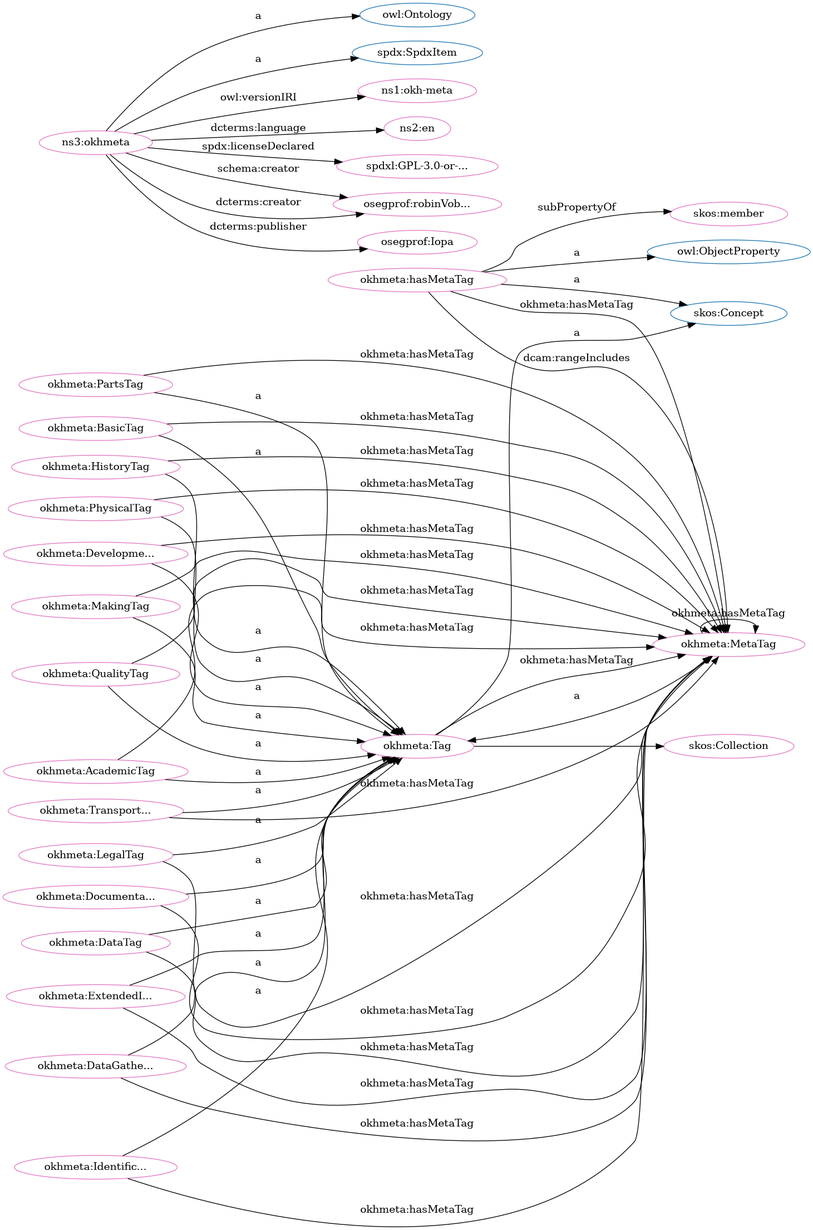
This is src/spec/dot_okh-meta.png from iop-alliance/OpenKnowHow, a Graphviz export, as it was before one commit. Its source is kept beside it as src/spec/dot_okh-meta.dot.
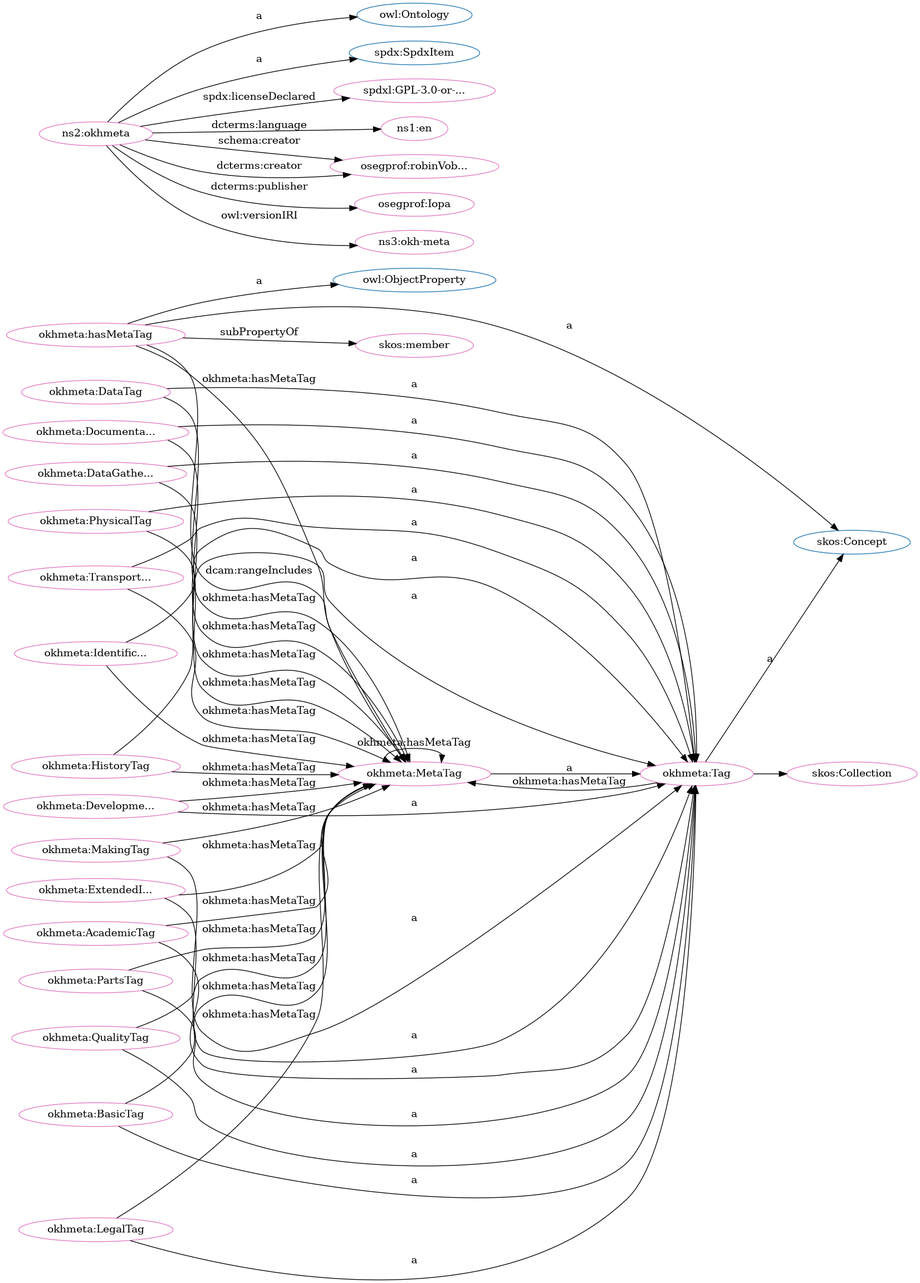
After the commit.

What changed in the source:
```diff
@@ -1,84 +1,84 @@
 digraph G {
   rankdir=BT
   node[height=.3]
+"http://www.w3.org/2002/07/owl#ObjectProperty" [fillcolor="#1f77b4" color="#1f77b4" label="owl:ObjectProperty"]
+"http://www.w3.org/2004/02/skos/core#Concept" [fillcolor="#1f77b4" color="#1f77b4" label="skos:Concept"]
 "http://www.w3.org/2004/02/skos/core#Collection" [fillcolor="#1f77b4" color="#1f77b4" label="skos:Collection"]
 "http://www.w3.org/2002/07/owl#Ontology" [fillcolor="#1f77b4" color="#1f77b4" label="owl:Ontology"]
+"http://w3id.org/oseg/ont/okhmeta#Tag" [fillcolor="#1f77b4" color="#1f77b4" label="okhmeta:Tag"]
 "http://spdx.org/rdf/terms#SpdxItem" [fillcolor="#1f77b4" color="#1f77b4" label="spdx:SpdxItem"]
-"http://www.w3.org/2002/07/owl#ObjectProperty" [fillcolor="#1f77b4" color="#1f77b4" label="owl:ObjectProperty"]
-"http://w3id.org/oseg/ont/okhmeta#Tag" [fillcolor="#1f77b4" color="#1f77b4" label="okhmeta:Tag"]
-"http://www.w3.org/2004/02/skos/core#Concept" [fillcolor="#1f77b4" color="#1f77b4" label="skos:Concept"]
+"http://spdx.org/licenses/GPL-3.0-or-later" [fillcolor="#e377c2" color="#e377c2" label="spdxl:GPL-3.0-or-..."]
 "http://w3id.org/oseg/ont/okhmeta#MetaTag" [fillcolor="#e377c2" color="#e377c2" label="okhmeta:MetaTag"]
 "http://w3id.org/oseg/ont/okhmeta#hasMetaTag" [fillcolor="#e377c2" color="#e377c2" label="okhmeta:hasMetaTag"]
-"http://w3id.org/oseg/ont/okhmeta#DocumentationTag" [fillcolor="#e377c2" color="#e377c2" label="okhmeta:Documenta..."]
-"http://w3id.org/oseg/ont/okhmeta#HistoryTag" [fillcolor="#e377c2" color="#e377c2" label="okhmeta:HistoryTag"]
-"http://www.w3.org/2004/02/skos/core#member" [fillcolor="#e377c2" color="#e377c2" label="skos:member"]
-"http://w3id.org/oseg/ont/okhmeta#PartsTag" [fillcolor="#e377c2" color="#e377c2" label="okhmeta:PartsTag"]
-"http://w3id.org/oseg/ont/1.1.0/okh-meta" [fillcolor="#e377c2" color="#e377c2" label="ns1:okh-meta"]
+"http://w3id.org/oseg/ont/okhmeta#PhysicalTag" [fillcolor="#e377c2" color="#e377c2" label="okhmeta:PhysicalTag"]
 "http://w3id.org/oseg/ont/okhmeta#LegalTag" [fillcolor="#e377c2" color="#e377c2" label="okhmeta:LegalTag"]
-"http://w3id.org/oseg/ont/okhmeta#MakingTag" [fillcolor="#e377c2" color="#e377c2" label="okhmeta:MakingTag"]
-"http://w3id.org/oseg/ont/okhmeta#BasicTag" [fillcolor="#e377c2" color="#e377c2" label="okhmeta:BasicTag"]
+"http://w3id.org/oseg/ont/okhmeta#TransportationTag" [fillcolor="#e377c2" color="#e377c2" label="okhmeta:Transport..."]
+"http://id.loc.gov/vocabulary/iso639-1/en" [fillcolor="#e377c2" color="#e377c2" label="ns1:en"]
 "http://w3id.org/oseg/ont/okhmeta#Tag" [fillcolor="#e377c2" color="#e377c2" label="okhmeta:Tag"]
-"http://id.loc.gov/vocabulary/iso639-1/en" [fillcolor="#e377c2" color="#e377c2" label="ns2:en"]
-"http://w3id.org/oseg/ont/okhmeta#DataGatheringTag" [fillcolor="#e377c2" color="#e377c2" label="okhmeta:DataGathe..."]
-"http://w3id.org/oseg/ont/okhmeta#TransportationTag" [fillcolor="#e377c2" color="#e377c2" label="okhmeta:Transport..."]
-"http://w3id.org/oseg/ont/okhmeta#IdentificationTag" [fillcolor="#e377c2" color="#e377c2" label="okhmeta:Identific..."]
-"http://w3id.org/oseg/ont/okhmeta#QualityTag" [fillcolor="#e377c2" color="#e377c2" label="okhmeta:QualityTag"]
-"http://w3id.org/oseg/ont/okhmeta" [fillcolor="#e377c2" color="#e377c2" label="ns3:okhmeta"]
-"http://spdx.org/licenses/GPL-3.0-or-later" [fillcolor="#e377c2" color="#e377c2" label="spdxl:GPL-3.0-or-..."]
-"http://w3id.org/oseg/ont/okhmeta#ExtendedInfoTag" [fillcolor="#e377c2" color="#e377c2" label="okhmeta:ExtendedI..."]
-"http://w3id.org/oseg/ont/oseg-profiles#robinVobruba" [fillcolor="#e377c2" color="#e377c2" label="osegprof:robinVob..."]
 "http://w3id.org/oseg/ont/okhmeta#AcademicTag" [fillcolor="#e377c2" color="#e377c2" label="okhmeta:AcademicTag"]
 "http://w3id.org/oseg/ont/okhmeta#DevelopmentTag" [fillcolor="#e377c2" color="#e377c2" label="okhmeta:Developme..."]
+"http://w3id.org/oseg/ont/oseg-profiles#robinVobruba" [fillcolor="#e377c2" color="#e377c2" label="osegprof:robinVob..."]
+"http://www.w3.org/2004/02/skos/core#Collection" [fillcolor="#e377c2" color="#e377c2" label="skos:Collection"]
+"http://w3id.org/oseg/ont/okhmeta#DocumentationTag" [fillcolor="#e377c2" color="#e377c2" label="okhmeta:Documenta..."]
+"http://www.w3.org/2004/02/skos/core#member" [fillcolor="#e377c2" color="#e377c2" label="skos:member"]
+"http://w3id.org/oseg/ont/okhmeta#HistoryTag" [fillcolor="#e377c2" color="#e377c2" label="okhmeta:HistoryTag"]
+"http://w3id.org/oseg/ont/okhmeta" [fillcolor="#e377c2" color="#e377c2" label="ns2:okhmeta"]
+"http://w3id.org/oseg/ont/okhmeta#DataGatheringTag" [fillcolor="#e377c2" color="#e377c2" label="okhmeta:DataGathe..."]
+"http://w3id.org/oseg/ont/okhmeta#BasicTag" [fillcolor="#e377c2" color="#e377c2" label="okhmeta:BasicTag"]
 "http://w3id.org/oseg/ont/oseg-profiles#Iopa" [fillcolor="#e377c2" color="#e377c2" label="osegprof:Iopa"]
+"http://w3id.org/oseg/ont/okhmeta#MakingTag" [fillcolor="#e377c2" color="#e377c2" label="okhmeta:MakingTag"]
 "http://w3id.org/oseg/ont/okhmeta#DataTag" [fillcolor="#e377c2" color="#e377c2" label="okhmeta:DataTag"]
-"http://www.w3.org/2004/02/skos/core#Collection" [fillcolor="#e377c2" color="#e377c2" label="skos:Collection"]
-"http://w3id.org/oseg/ont/okhmeta#PhysicalTag" [fillcolor="#e377c2" color="#e377c2" label="okhmeta:PhysicalTag"]
-  "http://w3id.org/oseg/ont/okhmeta#MetaTag" -> "http://w3id.org/oseg/ont/okhmeta#Tag" [label="a"]
+"http://w3id.org/oseg/ont/okhmeta#ExtendedInfoTag" [fillcolor="#e377c2" color="#e377c2" label="okhmeta:ExtendedI..."]
+"http://w3id.org/oseg/ont/okhmeta#PartsTag" [fillcolor="#e377c2" color="#e377c2" label="okhmeta:PartsTag"]
+"http://w3id.org/oseg/ont/1.1.0/okh-meta" [fillcolor="#e377c2" color="#e377c2" label="ns3:okh-meta"]
+"http://w3id.org/oseg/ont/okhmeta#QualityTag" [fillcolor="#e377c2" color="#e377c2" label="okhmeta:QualityTag"]
+"http://w3id.org/oseg/ont/okhmeta#IdentificationTag" [fillcolor="#e377c2" color="#e377c2" label="okhmeta:Identific..."]
+  "http://w3id.org/oseg/ont/okhmeta" -> "http://spdx.org/licenses/GPL-3.0-or-later" [label="spdx:licenseDeclared"]
+  "http://w3id.org/oseg/ont/okhmeta#BasicTag" -> "http://w3id.org/oseg/ont/okhmeta#MetaTag" [label="okhmeta:hasMetaTag"]
+  "http://w3id.org/oseg/ont/okhmeta#MakingTag" -> "http://w3id.org/oseg/ont/okhmeta#MetaTag" [label="okhmeta:hasMetaTag"]
+  "http://w3id.org/oseg/ont/okhmeta#DataTag" -> "http://w3id.org/oseg/ont/okhmeta#MetaTag" [label="okhmeta:hasMetaTag"]
+  "http://w3id.org/oseg/ont/okhmeta#TransportationTag" -> "http://w3id.org/oseg/ont/okhmeta#Tag" [label="a"]
+  "http://w3id.org/oseg/ont/okhmeta" -> "http://id.loc.gov/vocabulary/iso639-1/en" [label="dcterms:language"]
+  "http://w3id.org/oseg/ont/okhmeta#Tag" -> "http://www.w3.org/2004/02/skos/core#Concept" [label="a"]
   "http://w3id.org/oseg/ont/okhmeta#IdentificationTag" -> "http://w3id.org/oseg/ont/okhmeta#MetaTag" [label="okhmeta:hasMetaTag"]
+  "http://w3id.org/oseg/ont/okhmeta#AcademicTag" -> "http://w3id.org/oseg/ont/okhmeta#Tag" [label="a"]
+  "http://w3id.org/oseg/ont/okhmeta" -> "http://w3id.org/oseg/ont/oseg-profiles#robinVobruba" [label="schema:creator"]
+  "http://w3id.org/oseg/ont/okhmeta#DocumentationTag" -> "http://w3id.org/oseg/ont/okhmeta#Tag" [label="a"]
   "http://w3id.org/oseg/ont/okhmeta#MetaTag" -> "http://w3id.org/oseg/ont/okhmeta#MetaTag" [label="okhmeta:hasMetaTag"]
   "http://w3id.org/oseg/ont/okhmeta#hasMetaTag" -> "http://www.w3.org/2004/02/skos/core#member" [label="subPropertyOf"]
+  "http://w3id.org/oseg/ont/okhmeta" -> "http://spdx.org/rdf/terms#SpdxItem" [label="a"]
+  "http://w3id.org/oseg/ont/okhmeta#DataGatheringTag" -> "http://w3id.org/oseg/ont/okhmeta#Tag" [label="a"]
+  "http://w3id.org/oseg/ont/okhmeta#ExtendedInfoTag" -> "http://w3id.org/oseg/ont/okhmeta#MetaTag" [label="okhmeta:hasMetaTag"]
+  "http://w3id.org/oseg/ont/okhmeta#TransportationTag" -> "http://w3id.org/oseg/ont/okhmeta#MetaTag" [label="okhmeta:hasMetaTag"]
+  "http://w3id.org/oseg/ont/okhmeta" -> "http://w3id.org/oseg/ont/oseg-profiles#robinVobruba" [label="dcterms:creator"]
+  "http://w3id.org/oseg/ont/okhmeta#AcademicTag" -> "http://w3id.org/oseg/ont/okhmeta#MetaTag" [label="okhmeta:hasMetaTag"]
+  "http://w3id.org/oseg/ont/okhmeta" -> "http://w3id.org/oseg/ont/oseg-profiles#Iopa" [label="dcterms:publisher"]
+  "http://w3id.org/oseg/ont/okhmeta#ExtendedInfoTag" -> "http://w3id.org/oseg/ont/okhmeta#Tag" [label="a"]
+  "http://w3id.org/oseg/ont/okhmeta#DocumentationTag" -> "http://w3id.org/oseg/ont/okhmeta#MetaTag" [label="okhmeta:hasMetaTag"]
+  "http://w3id.org/oseg/ont/okhmeta" -> "http://www.w3.org/2002/07/owl#Ontology" [label="a"]
+  "http://w3id.org/oseg/ont/okhmeta#QualityTag" -> "http://w3id.org/oseg/ont/okhmeta#Tag" [label="a"]
+  "http://w3id.org/oseg/ont/okhmeta#DataGatheringTag" -> "http://w3id.org/oseg/ont/okhmeta#MetaTag" [label="okhmeta:hasMetaTag"]
+  "http://w3id.org/oseg/ont/okhmeta#PhysicalTag" -> "http://w3id.org/oseg/ont/okhmeta#MetaTag" [label="okhmeta:hasMetaTag"]
+  "http://w3id.org/oseg/ont/okhmeta#hasMetaTag" -> "http://www.w3.org/2004/02/skos/core#Concept" [label="a"]
+  "http://w3id.org/oseg/ont/okhmeta#hasMetaTag" -> "http://w3id.org/oseg/ont/okhmeta#MetaTag" [label="okhmeta:hasMetaTag"]
+  "http://w3id.org/oseg/ont/okhmeta#PhysicalTag" -> "http://w3id.org/oseg/ont/okhmeta#Tag" [label="a"]
+  "http://w3id.org/oseg/ont/okhmeta#LegalTag" -> "http://w3id.org/oseg/ont/okhmeta#Tag" [label="a"]
+  "http://w3id.org/oseg/ont/okhmeta#Tag" -> "http://w3id.org/oseg/ont/okhmeta#MetaTag" [label="okhmeta:hasMetaTag"]
+  "http://w3id.org/oseg/ont/okhmeta#QualityTag" -> "http://w3id.org/oseg/ont/okhmeta#MetaTag" [label="okhmeta:hasMetaTag"]
+  "http://w3id.org/oseg/ont/okhmeta#hasMetaTag" -> "http://w3id.org/oseg/ont/okhmeta#MetaTag" [label="dcam:rangeIncludes"]
+  "http://w3id.org/oseg/ont/okhmeta#DevelopmentTag" -> "http://w3id.org/oseg/ont/okhmeta#Tag" [label="a"]
+  "http://w3id.org/oseg/ont/okhmeta#Tag" -> "http://www.w3.org/2004/02/skos/core#Collection" [label=""]
+  "http://w3id.org/oseg/ont/okhmeta#hasMetaTag" -> "http://www.w3.org/2002/07/owl#ObjectProperty" [label="a"]
+  "http://w3id.org/oseg/ont/okhmeta#HistoryTag" -> "http://w3id.org/oseg/ont/okhmeta#Tag" [label="a"]
+  "http://w3id.org/oseg/ont/okhmeta#BasicTag" -> "http://w3id.org/oseg/ont/okhmeta#Tag" [label="a"]
+  "http://w3id.org/oseg/ont/okhmeta#LegalTag" -> "http://w3id.org/oseg/ont/okhmeta#MetaTag" [label="okhmeta:hasMetaTag"]
+  "http://w3id.org/oseg/ont/okhmeta#PartsTag" -> "http://w3id.org/oseg/ont/okhmeta#MetaTag" [label="okhmeta:hasMetaTag"]
+  "http://w3id.org/oseg/ont/okhmeta#MetaTag" -> "http://w3id.org/oseg/ont/okhmeta#Tag" [label="a"]
+  "http://w3id.org/oseg/ont/okhmeta#MakingTag" -> "http://w3id.org/oseg/ont/okhmeta#Tag" [label="a"]
+  "http://w3id.org/oseg/ont/okhmeta#DataTag" -> "http://w3id.org/oseg/ont/okhmeta#Tag" [label="a"]
   "http://w3id.org/oseg/ont/okhmeta#PartsTag" -> "http://w3id.org/oseg/ont/okhmeta#Tag" [label="a"]
+  "http://w3id.org/oseg/ont/okhmeta#DevelopmentTag" -> "http://w3id.org/oseg/ont/okhmeta#MetaTag" [label="okhmeta:hasMetaTag"]
   "http://w3id.org/oseg/ont/okhmeta" -> "http://w3id.org/oseg/ont/1.1.0/okh-meta" [label="owl:versionIRI"]
-  "http://w3id.org/oseg/ont/okhmeta#LegalTag" -> "http://w3id.org/oseg/ont/okhmeta#Tag" [label="a"]
-  "http://w3id.org/oseg/ont/okhmeta#LegalTag" -> "http://w3id.org/oseg/ont/okhmeta#MetaTag" [label="okhmeta:hasMetaTag"]
-  "http://w3id.org/oseg/ont/okhmeta#DevelopmentTag" -> "http://w3id.org/oseg/ont/okhmeta#MetaTag" [label="okhmeta:hasMetaTag"]
-  "http://w3id.org/oseg/ont/okhmeta#MakingTag" -> "http://w3id.org/oseg/ont/okhmeta#Tag" [label="a"]
-  "http://w3id.org/oseg/ont/okhmeta#Tag" -> "http://www.w3.org/2004/02/skos/core#Concept" [label="a"]
-  "http://w3id.org/oseg/ont/okhmeta" -> "http://id.loc.gov/vocabulary/iso639-1/en" [label="dcterms:language"]
+  "http://w3id.org/oseg/ont/okhmeta#HistoryTag" -> "http://w3id.org/oseg/ont/okhmeta#MetaTag" [label="okhmeta:hasMetaTag"]
   "http://w3id.org/oseg/ont/okhmeta#IdentificationTag" -> "http://w3id.org/oseg/ont/okhmeta#Tag" [label="a"]
-  "http://w3id.org/oseg/ont/okhmeta#QualityTag" -> "http://w3id.org/oseg/ont/okhmeta#Tag" [label="a"]
-  "http://w3id.org/oseg/ont/okhmeta" -> "http://spdx.org/licenses/GPL-3.0-or-later" [label="spdx:licenseDeclared"]
-  "http://w3id.org/oseg/ont/okhmeta#ExtendedInfoTag" -> "http://w3id.org/oseg/ont/okhmeta#Tag" [label="a"]
-  "http://w3id.org/oseg/ont/okhmeta#ExtendedInfoTag" -> "http://w3id.org/oseg/ont/okhmeta#MetaTag" [label="okhmeta:hasMetaTag"]
-  "http://w3id.org/oseg/ont/okhmeta" -> "http://w3id.org/oseg/ont/oseg-profiles#robinVobruba" [label="schema:creator"]
-  "http://w3id.org/oseg/ont/okhmeta#DocumentationTag" -> "http://w3id.org/oseg/ont/okhmeta#MetaTag" [label="okhmeta:hasMetaTag"]
-  "http://w3id.org/oseg/ont/okhmeta#HistoryTag" -> "http://w3id.org/oseg/ont/okhmeta#MetaTag" [label="okhmeta:hasMetaTag"]
-  "http://w3id.org/oseg/ont/okhmeta#DevelopmentTag" -> "http://w3id.org/oseg/ont/okhmeta#Tag" [label="a"]
-  "http://w3id.org/oseg/ont/okhmeta#MakingTag" -> "http://w3id.org/oseg/ont/okhmeta#MetaTag" [label="okhmeta:hasMetaTag"]
-  "http://w3id.org/oseg/ont/okhmeta#hasMetaTag" -> "http://www.w3.org/2002/07/owl#ObjectProperty" [label="a"]
-  "http://w3id.org/oseg/ont/okhmeta#BasicTag" -> "http://w3id.org/oseg/ont/okhmeta#MetaTag" [label="okhmeta:hasMetaTag"]
-  "http://w3id.org/oseg/ont/okhmeta#DataGatheringTag" -> "http://w3id.org/oseg/ont/okhmeta#MetaTag" [label="okhmeta:hasMetaTag"]
-  "http://w3id.org/oseg/ont/okhmeta#hasMetaTag" -> "http://www.w3.org/2004/02/skos/core#Concept" [label="a"]
-  "http://w3id.org/oseg/ont/okhmeta#DocumentationTag" -> "http://w3id.org/oseg/ont/okhmeta#Tag" [label="a"]
-  "http://w3id.org/oseg/ont/okhmeta#HistoryTag" -> "http://w3id.org/oseg/ont/okhmeta#Tag" [label="a"]
-  "http://w3id.org/oseg/ont/okhmeta#DataTag" -> "http://w3id.org/oseg/ont/okhmeta#MetaTag" [label="okhmeta:hasMetaTag"]
-  "http://w3id.org/oseg/ont/okhmeta#Tag" -> "http://w3id.org/oseg/ont/okhmeta#MetaTag" [label="okhmeta:hasMetaTag"]
-  "http://w3id.org/oseg/ont/okhmeta#BasicTag" -> "http://w3id.org/oseg/ont/okhmeta#Tag" [label="a"]
-  "http://w3id.org/oseg/ont/okhmeta#TransportationTag" -> "http://w3id.org/oseg/ont/okhmeta#Tag" [label="a"]
-  "http://w3id.org/oseg/ont/okhmeta#DataGatheringTag" -> "http://w3id.org/oseg/ont/okhmeta#Tag" [label="a"]
-  "http://w3id.org/oseg/ont/okhmeta#TransportationTag" -> "http://w3id.org/oseg/ont/okhmeta#MetaTag" [label="okhmeta:hasMetaTag"]
-  "http://w3id.org/oseg/ont/okhmeta#PhysicalTag" -> "http://w3id.org/oseg/ont/okhmeta#MetaTag" [label="okhmeta:hasMetaTag"]
-  "http://w3id.org/oseg/ont/okhmeta#QualityTag" -> "http://w3id.org/oseg/ont/okhmeta#MetaTag" [label="okhmeta:hasMetaTag"]
-  "http://w3id.org/oseg/ont/okhmeta" -> "http://www.w3.org/2002/07/owl#Ontology" [label="a"]
-  "http://w3id.org/oseg/ont/okhmeta" -> "http://w3id.org/oseg/ont/oseg-profiles#robinVobruba" [label="dcterms:creator"]
-  "http://w3id.org/oseg/ont/okhmeta#AcademicTag" -> "http://w3id.org/oseg/ont/okhmeta#Tag" [label="a"]
-  "http://w3id.org/oseg/ont/okhmeta#AcademicTag" -> "http://w3id.org/oseg/ont/okhmeta#MetaTag" [label="okhmeta:hasMetaTag"]
-  "http://w3id.org/oseg/ont/okhmeta#PartsTag" -> "http://w3id.org/oseg/ont/okhmeta#MetaTag" [label="okhmeta:hasMetaTag"]
-  "http://w3id.org/oseg/ont/okhmeta" -> "http://w3id.org/oseg/ont/oseg-profiles#Iopa" [label="dcterms:publisher"]
-  "http://w3id.org/oseg/ont/okhmeta#DataTag" -> "http://w3id.org/oseg/ont/okhmeta#Tag" [label="a"]
-  "http://w3id.org/oseg/ont/okhmeta#hasMetaTag" -> "http://w3id.org/oseg/ont/okhmeta#MetaTag" [label="okhmeta:hasMetaTag"]
-  "http://w3id.org/oseg/ont/okhmeta#Tag" -> "http://www.w3.org/2004/02/skos/core#Collection" [label=""]
-  "http://w3id.org/oseg/ont/okhmeta#PhysicalTag" -> "http://w3id.org/oseg/ont/okhmeta#Tag" [label="a"]
-  "http://w3id.org/oseg/ont/okhmeta#hasMetaTag" -> "http://w3id.org/oseg/ont/okhmeta#MetaTag" [label="dcam:rangeIncludes"]
-  "http://w3id.org/oseg/ont/okhmeta" -> "http://spdx.org/rdf/terms#SpdxItem" [label="a"]
 }
```
